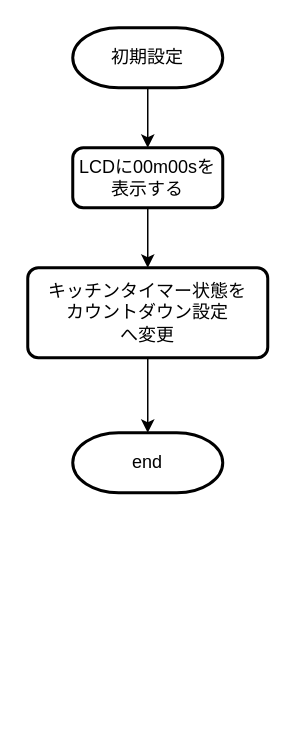
This is page "初期設定" (3 of 4) of 資料/設計/フローチャート/flowchart_main_v0.53.drawio from hakohumi/comp.Kitchen_Timer, a draw.io file, before an edit. Source tidied: cells renumbered, new cells numbered last; positions are measured from the earlier drawing's top-left corner, leaving out a move shared by most shapes. Both pictures are drawn from the tidied source at 150%, with x=0, y=0 at pixel (27, 27).
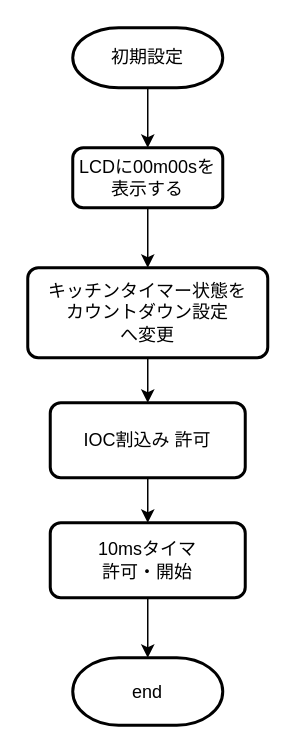
The same page after the edit.

What changed in the source:
```diff
@@
 <mxGraphModel>
   <root>
     <mxCell id="0" />
     <mxCell id="1" parent="0" />
-    <mxCell id="2" style="edgeStyle=orthogonalEdgeStyle;rounded=0;jettySize=auto;html=1;" parent="1" edge="1" source="3" target="8">
-      <mxGeometry relative="1" as="geometry" />
-    </mxCell>
+    <mxCell id="9" style="edgeStyle=orthogonalEdgeStyle;rounded=0;jettySize=auto;html=1;" parent="1" edge="1" source="3" target="11">
+      <mxGeometry relative="1" as="geometry" />
+    </mxCell>
     <mxCell id="3" value="キッチンタイマー状態を&lt;br&gt;カウントダウン設定&lt;br&gt;へ変更" style="rounded=1;whiteSpace=wrap;html=1;absoluteArcSize=1;arcSize=14;strokeWidth=2;" parent="1" vertex="1">
       <mxGeometry y="160" width="160" height="60" as="geometry" />
     </mxCell>
     <mxCell id="4" style="edgeStyle=orthogonalEdgeStyle;rounded=0;jettySize=auto;html=1;" parent="1" edge="1" source="5" target="3">
       <mxGeometry relative="1" as="geometry" />
     </mxCell>
     <mxCell id="5" value="LCDに00m00sを&lt;br&gt;表示する" style="rounded=1;whiteSpace=wrap;html=1;absoluteArcSize=1;arcSize=14;strokeWidth=2;" parent="1" vertex="1">
       <mxGeometry x="30" y="80" width="100" height="40" as="geometry" />
     </mxCell>
     <mxCell id="6" style="edgeStyle=orthogonalEdgeStyle;rounded=0;jettySize=auto;html=1;" parent="1" edge="1" source="7" target="5">
       <mxGeometry relative="1" as="geometry" />
     </mxCell>
     <mxCell id="7" value="初期設定" style="strokeWidth=2;html=1;shape=mxgraph.flowchart.terminator;whiteSpace=wrap;" parent="1" vertex="1">
       <mxGeometry x="30" width="100" height="40" as="geometry" />
     </mxCell>
     <mxCell id="8" value="end" style="strokeWidth=2;html=1;shape=mxgraph.flowchart.terminator;whiteSpace=wrap;" parent="1" vertex="1">
-      <mxGeometry x="30" y="270" width="100" height="40" as="geometry" />
+      <mxGeometry x="30" y="420" width="100" height="45" as="geometry" />
     </mxCell>
+    <mxCell id="10" style="edgeStyle=orthogonalEdgeStyle;rounded=0;jettySize=auto;html=1;" parent="1" edge="1" source="11" target="13">
+      <mxGeometry relative="1" as="geometry" />
+    </mxCell>
+    <mxCell id="11" value="IOC割込み 許可" style="rounded=1;whiteSpace=wrap;html=1;absoluteArcSize=1;arcSize=14;strokeWidth=2;" parent="1" vertex="1">
+      <mxGeometry x="15" y="250" width="130" height="50" as="geometry" />
+    </mxCell>
+    <mxCell id="12" style="edgeStyle=orthogonalEdgeStyle;rounded=0;jettySize=auto;html=1;" parent="1" edge="1" source="13" target="8">
+      <mxGeometry relative="1" as="geometry" />
+    </mxCell>
+    <mxCell id="13" value="10msタイマ&lt;br&gt;許可・開始" style="rounded=1;whiteSpace=wrap;html=1;absoluteArcSize=1;arcSize=14;strokeWidth=2;" parent="1" vertex="1">
+      <mxGeometry x="15" y="330" width="130" height="50" as="geometry" />
+    </mxCell>
   </root>
 </mxGraphModel>
```
